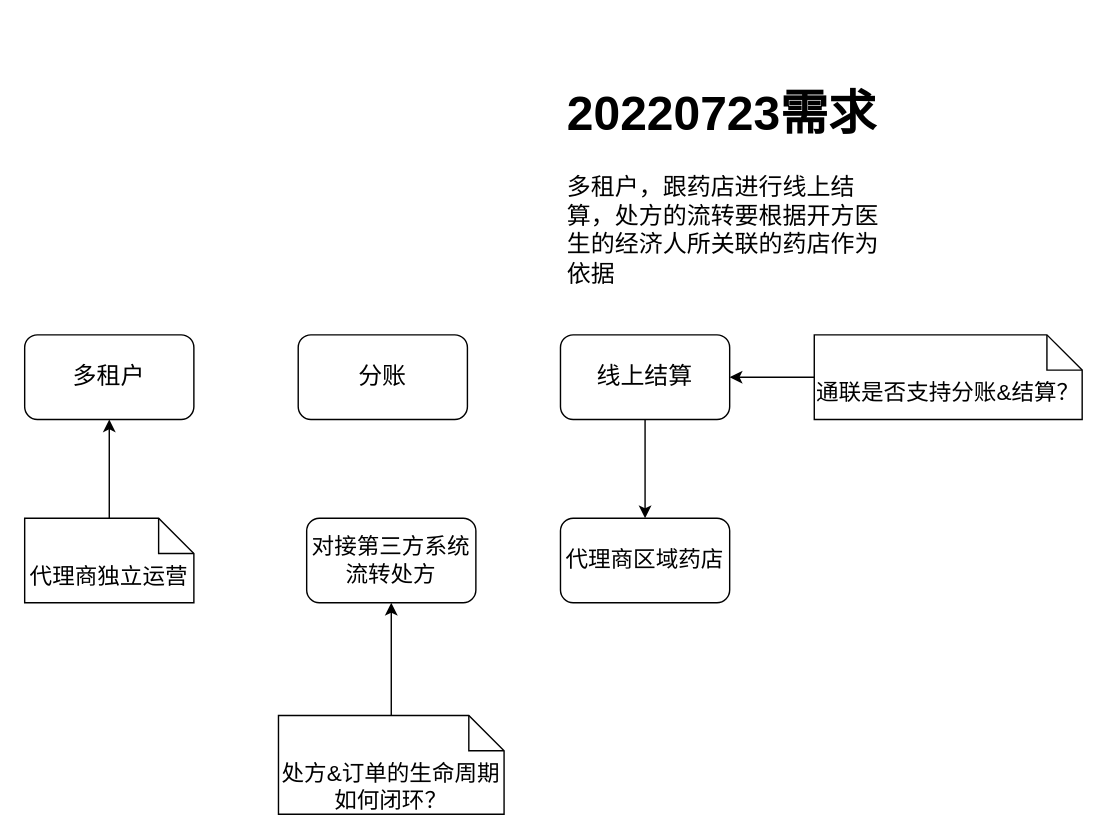
Before: jbh/20220723需求.drawio in GitHeP/diagrams, a draw.io diagram. Source tidied: cells renumbered, new cells numbered last; positions are measured from the earlier drawing's top-left corner, leaving out a move shared by most shapes. Both pictures are drawn from the tidied source at 141%, with x=0, y=0 at pixel (24, 66).
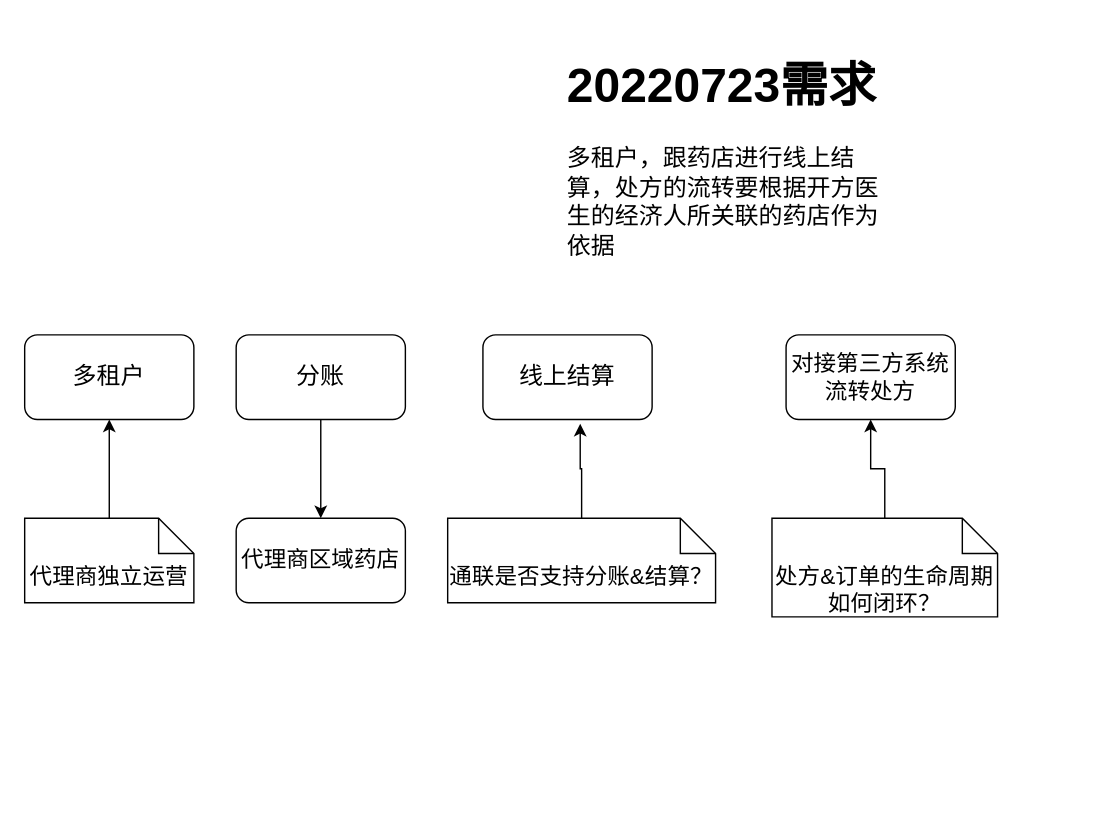
The same diagram, later.

What changed in the source:
```diff
@@
 <mxGraphModel>
   <root>
     <mxCell id="0" />
     <mxCell id="1" parent="0" />
     <mxCell id="2" value="&lt;font style=&quot;font-size: 17px;&quot;&gt;多租户&lt;/font&gt;" style="rounded=1;whiteSpace=wrap;html=1;" parent="1" vertex="1">
       <mxGeometry y="190" width="120" height="60" as="geometry" />
     </mxCell>
+    <mxCell id="15" style="edgeStyle=orthogonalEdgeStyle;rounded=0;jettySize=auto;html=1;exitX=0.5;exitY=1;exitDx=0;exitDy=0;fontSize=16;" parent="1" edge="1" source="3" target="7">
+      <mxGeometry relative="1" as="geometry" />
+    </mxCell>
     <mxCell id="3" value="&lt;font style=&quot;font-size: 17px;&quot;&gt;分账&lt;/font&gt;" style="rounded=1;whiteSpace=wrap;html=1;" parent="1" vertex="1">
-      <mxGeometry x="194" y="190" width="120" height="60" as="geometry" />
+      <mxGeometry x="150" y="190" width="120" height="60" as="geometry" />
     </mxCell>
-    <mxCell id="4" style="edgeStyle=orthogonalEdgeStyle;rounded=0;jettySize=auto;html=1;fontSize=16;" parent="1" edge="1" source="5" target="7">
-      <mxGeometry relative="1" as="geometry" />
-    </mxCell>
     <mxCell id="5" value="&lt;font style=&quot;font-size: 17px;&quot;&gt;线上结算&lt;/font&gt;" style="rounded=1;whiteSpace=wrap;html=1;" parent="1" vertex="1">
-      <mxGeometry x="380" y="190" width="120" height="60" as="geometry" />
+      <mxGeometry x="325" y="190" width="120" height="60" as="geometry" />
     </mxCell>
     <mxCell id="6" value="&lt;h1&gt;20220723需求&lt;/h1&gt;&lt;div&gt;&lt;div&gt;多租户，跟药店进行线上结算，处方的流转要根据开方医生的经济人所关联的药店作为依据&lt;/div&gt;&lt;/div&gt;&lt;div&gt;&lt;br&gt;&lt;/div&gt;" style="text;html=1;strokeColor=none;fillColor=none;spacing=5;spacingTop=-20;whiteSpace=wrap;overflow=hidden;rounded=0;fontSize=17;" parent="1" vertex="1">
-      <mxGeometry x="380" width="240" height="170" as="geometry" />
+      <mxGeometry x="380" y="-20" width="240" height="170" as="geometry" />
     </mxCell>
     <mxCell id="7" value="&lt;font style=&quot;font-size: 16px;&quot;&gt;代理商区域药店&lt;/font&gt;" style="rounded=1;whiteSpace=wrap;html=1;fontSize=17;" parent="1" vertex="1">
-      <mxGeometry x="380" y="320" width="120" height="60" as="geometry" />
+      <mxGeometry x="150" y="320" width="120" height="60" as="geometry" />
     </mxCell>
     <mxCell id="8" value="对接第三方系统&lt;br&gt;流转处方" style="rounded=1;whiteSpace=wrap;html=1;fontSize=16;" parent="1" vertex="1">
-      <mxGeometry x="200" y="320" width="120" height="60" as="geometry" />
+      <mxGeometry x="540" y="190" width="120" height="60" as="geometry" />
     </mxCell>
     <mxCell id="9" style="edgeStyle=orthogonalEdgeStyle;rounded=0;jettySize=auto;html=1;fontSize=16;" parent="1" edge="1" source="10" target="2">
       <mxGeometry relative="1" as="geometry" />
     </mxCell>
     <mxCell id="10" value="代理商独立运营" style="shape=note2;boundedLbl=1;whiteSpace=wrap;html=1;size=25;verticalAlign=top;align=center;fontSize=16;" parent="1" vertex="1">
       <mxGeometry y="320" width="120" height="60" as="geometry" />
     </mxCell>
-    <mxCell id="11" style="edgeStyle=orthogonalEdgeStyle;rounded=0;jettySize=auto;html=1;entryX=1;entryY=0.5;entryDx=0;entryDy=0;fontSize=16;" parent="1" edge="1" source="12" target="5">
+    <mxCell id="11" style="edgeStyle=orthogonalEdgeStyle;rounded=0;jettySize=auto;html=1;entryX=0.575;entryY=1.05;entryDx=0;entryDy=0;entryPerimeter=0;fontSize=16;" parent="1" edge="1" source="12" target="5">
       <mxGeometry relative="1" as="geometry" />
     </mxCell>
     <mxCell id="12" value="通联是否支持分账&amp;amp;结算？" style="shape=note2;boundedLbl=1;whiteSpace=wrap;html=1;size=25;verticalAlign=top;align=center;fontSize=16;" parent="1" vertex="1">
-      <mxGeometry x="560" y="190" width="190" height="60" as="geometry" />
+      <mxGeometry x="300" y="320" width="190" height="60" as="geometry" />
     </mxCell>
     <mxCell id="13" style="edgeStyle=orthogonalEdgeStyle;rounded=0;jettySize=auto;html=1;fontSize=16;" parent="1" edge="1" source="14" target="8">
       <mxGeometry relative="1" as="geometry" />
     </mxCell>
     <mxCell id="14" value="&lt;span style=&quot;text-align: left;&quot;&gt;处方&amp;amp;订单的生命周期如何闭环？&lt;/span&gt;" style="shape=note2;boundedLbl=1;whiteSpace=wrap;html=1;size=25;verticalAlign=top;align=center;fontSize=16;" parent="1" vertex="1">
-      <mxGeometry x="180" y="460" width="160" height="70" as="geometry" />
+      <mxGeometry x="530" y="320" width="160" height="70" as="geometry" />
     </mxCell>
   </root>
 </mxGraphModel>
```
